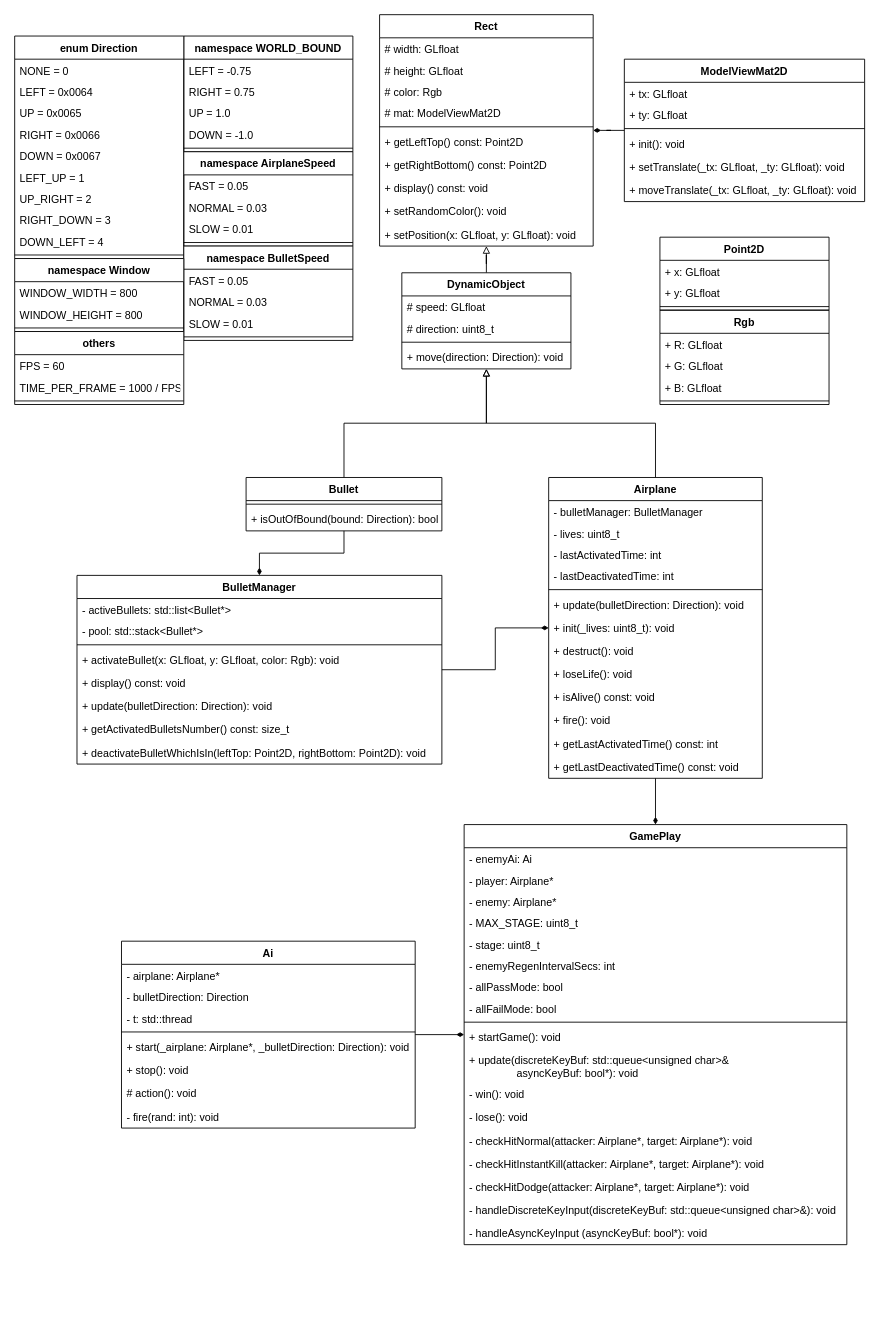
Before: docs/shmup.drawio in wooseokyourself/shmup, a draw.io diagram. Source tidied: cells renumbered, new cells numbered last; positions are measured from the earlier drawing's top-left corner, leaving out a move shared by most shapes. Both pictures are drawn from the tidied source at 89%, with x=0, y=0 at pixel (14, 14).
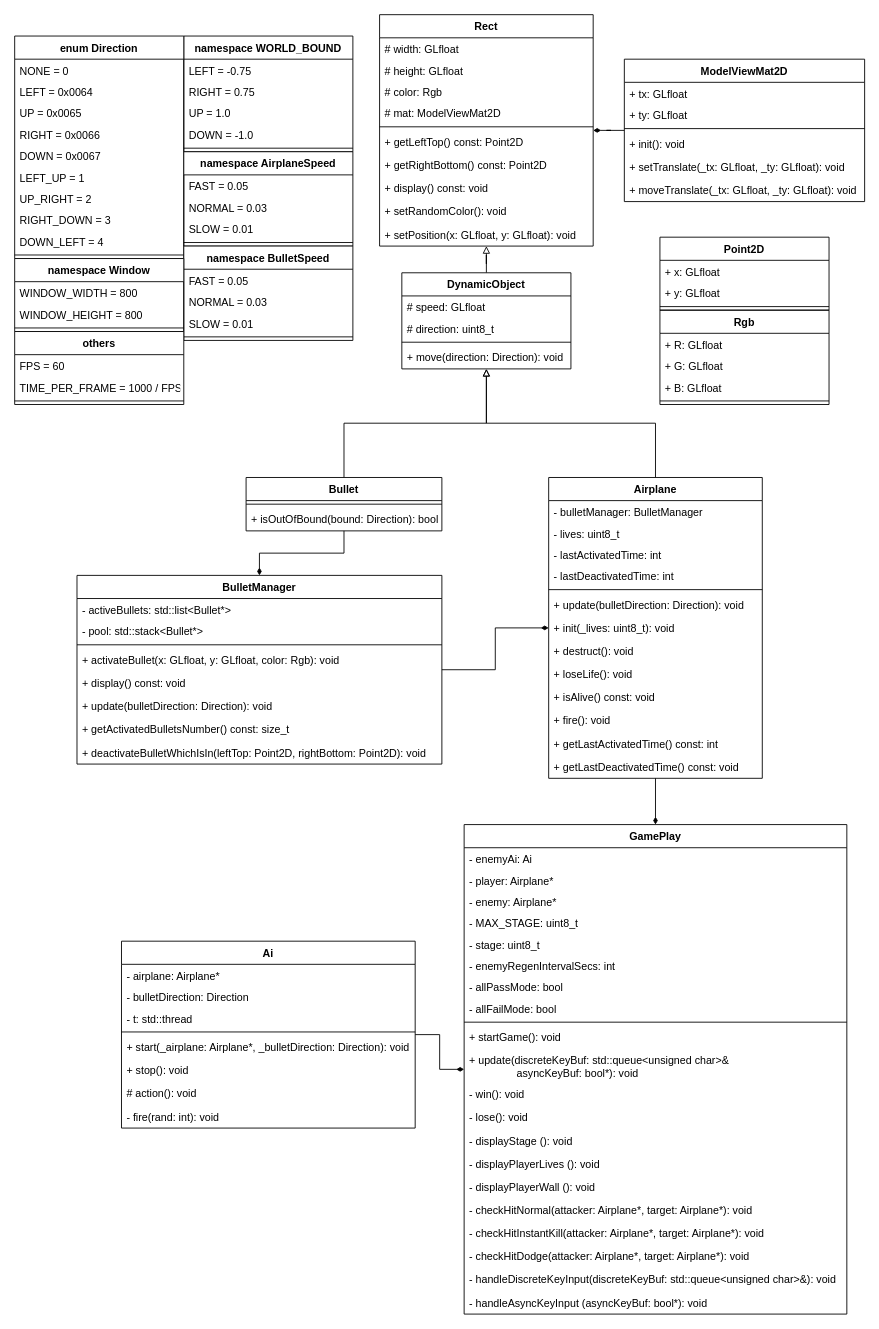
After the change.

Change to the diagram source:
```diff
@@
     <mxCell id="50" value="GamePlay" style="swimlane;fontStyle=1;align=center;verticalAlign=top;horizontal=1;startSize=26;" parent="1" vertex="1">
-      <mxGeometry x="505" y="910" width="430" height="472" as="geometry" />
+      <mxGeometry x="505" y="910" width="430" height="550" as="geometry" />
     </mxCell>
@@
+    <mxCell id="133" value="- displayStage (): void" style="text;strokeColor=none;fillColor=none;align=left;verticalAlign=top;spacingLeft=4;spacingRight=4;overflow=hidden;" parent="50" vertex="1">
+      <mxGeometry y="342" width="430" height="26" as="geometry" />
+    </mxCell>
+    <mxCell id="134" value="- displayPlayerLives (): void" style="text;strokeColor=none;fillColor=none;align=left;verticalAlign=top;spacingLeft=4;spacingRight=4;overflow=hidden;" parent="50" vertex="1">
+      <mxGeometry y="368" width="430" height="26" as="geometry" />
+    </mxCell>
+    <mxCell id="135" value="- displayPlayerWall (): void" style="text;strokeColor=none;fillColor=none;align=left;verticalAlign=top;spacingLeft=4;spacingRight=4;overflow=hidden;" parent="50" vertex="1">
+      <mxGeometry y="394" width="430" height="26" as="geometry" />
+    </mxCell>
     <mxCell id="64" value="- checkHitNormal(attacker: Airplane*, target: Airplane*): void" style="text;strokeColor=none;fillColor=none;align=left;verticalAlign=top;spacingLeft=4;spacingRight=4;overflow=hidden;" parent="50" vertex="1">
-      <mxGeometry y="342" width="430" height="26" as="geometry" />
+      <mxGeometry y="420" width="430" height="26" as="geometry" />
     </mxCell>
     <mxCell id="65" value="- checkHitInstantKill(attacker: Airplane*, target: Airplane*): void" style="text;strokeColor=none;fillColor=none;align=left;verticalAlign=top;spacingLeft=4;spacingRight=4;overflow=hidden;" parent="50" vertex="1">
-      <mxGeometry y="368" width="430" height="26" as="geometry" />
+      <mxGeometry y="446" width="430" height="26" as="geometry" />
     </mxCell>
     <mxCell id="66" value="- checkHitDodge(attacker: Airplane*, target: Airplane*): void" style="text;strokeColor=none;fillColor=none;align=left;verticalAlign=top;spacingLeft=4;spacingRight=4;overflow=hidden;" parent="50" vertex="1">
-      <mxGeometry y="394" width="430" height="26" as="geometry" />
+      <mxGeometry y="472" width="430" height="26" as="geometry" />
     </mxCell>
     <mxCell id="67" value="- handleDiscreteKeyInput(discreteKeyBuf: std::queue&lt;unsigned char&gt;&amp;): void" style="text;strokeColor=none;fillColor=none;align=left;verticalAlign=top;spacingLeft=4;spacingRight=4;overflow=hidden;" parent="50" vertex="1">
-      <mxGeometry y="420" width="430" height="26" as="geometry" />
+      <mxGeometry y="498" width="430" height="26" as="geometry" />
     </mxCell>
     <mxCell id="68" value="- handleAsyncKeyInput (asyncKeyBuf: bool*): void" style="text;strokeColor=none;fillColor=none;align=left;verticalAlign=top;spacingLeft=4;spacingRight=4;overflow=hidden;" parent="50" vertex="1">
-      <mxGeometry y="446" width="430" height="26" as="geometry" />
+      <mxGeometry y="524" width="430" height="26" as="geometry" />
     </mxCell>
```
